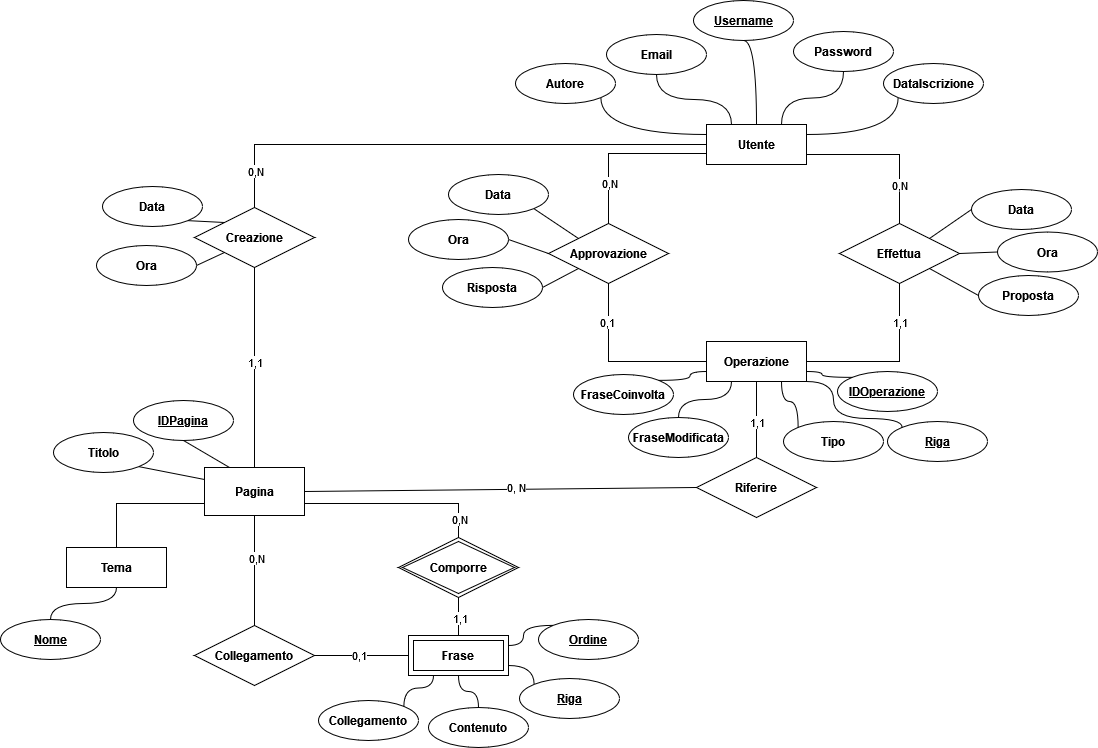
Above: Basi di dati/Documentazione/er_ristr.png in tosska/progetto_oobd (draw.io), before the change. Source tidied: cells renumbered, new cells last; positions are measured from the earlier drawing's top-left corner, leaving out a move shared by most shapes.
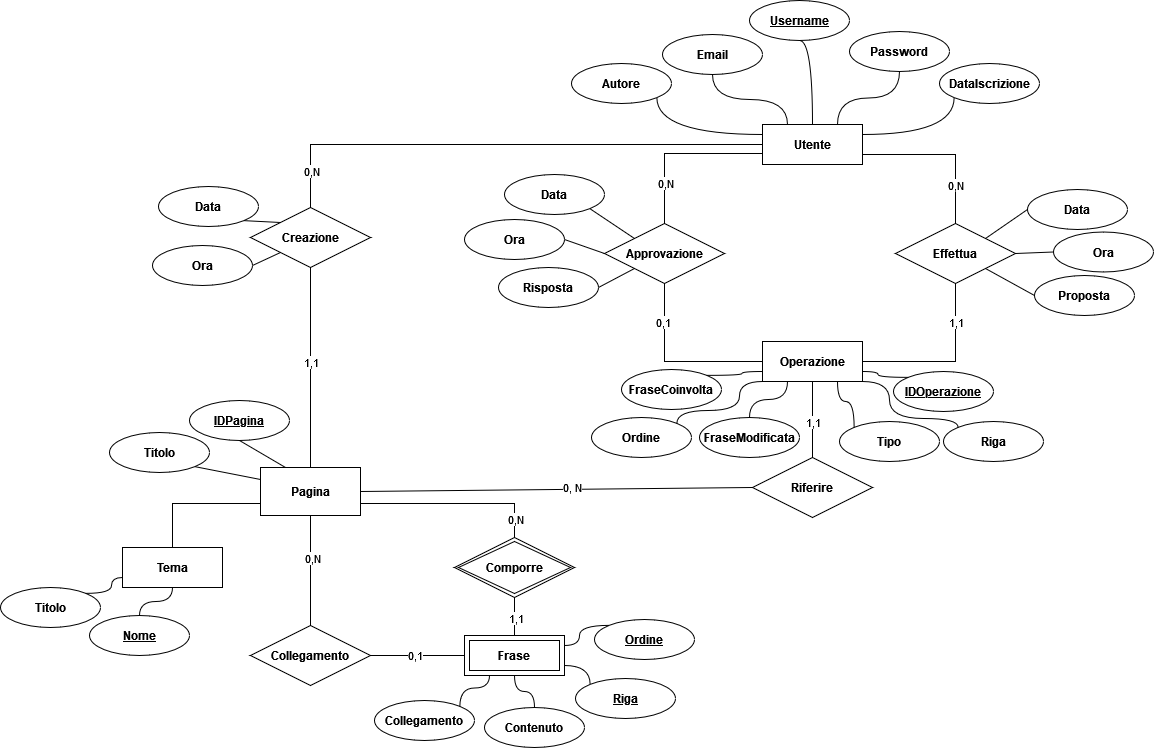
After the change.

The edit, as a diff of the source:
```diff
@@ -245,18 +245,18 @@
       <mxGeometry relative="1" as="geometry" />
     </mxCell>
     <mxCell id="74" value="&lt;font&gt;&lt;b&gt;FraseCoinvolta&lt;/b&gt;&lt;/font&gt;" style="ellipse;whiteSpace=wrap;html=1;align=center;strokeColor=#000000;fillColor=#FFFFFF;fontColor=#000000;" parent="1" vertex="1">
-      <mxGeometry x="573" y="374" width="100" height="40" as="geometry" />
+      <mxGeometry x="565" y="369" width="100" height="40" as="geometry" />
     </mxCell>
     <mxCell id="75" value="&lt;font&gt;&lt;u&gt;&lt;b&gt;IDOperazione&lt;/b&gt;&lt;/u&gt;&lt;/font&gt;" style="ellipse;whiteSpace=wrap;html=1;align=center;strokeColor=#000000;fillColor=#FFFFFF;fontColor=#000000;" parent="1" vertex="1">
       <mxGeometry x="837" y="371" width="100" height="40" as="geometry" />
     </mxCell>
     <mxCell id="76" value="&lt;font&gt;&lt;b&gt;FraseModificata&lt;/b&gt;&lt;/font&gt;" style="ellipse;whiteSpace=wrap;html=1;align=center;strokeColor=#000000;fillColor=#FFFFFF;fontColor=#000000;" parent="1" vertex="1">
-      <mxGeometry x="628" y="417" width="100" height="40" as="geometry" />
+      <mxGeometry x="643" y="417" width="100" height="40" as="geometry" />
     </mxCell>
     <mxCell id="77" value="&lt;font&gt;&lt;b&gt;Tipo&lt;/b&gt;&lt;/font&gt;" style="ellipse;whiteSpace=wrap;html=1;align=center;strokeColor=#000000;fillColor=#FFFFFF;fontColor=#000000;" parent="1" vertex="1">
       <mxGeometry x="783" y="421" width="100" height="40" as="geometry" />
     </mxCell>
-    <mxCell id="78" value="&lt;u&gt;&lt;font&gt;&lt;b&gt;Riga&lt;/b&gt;&lt;/font&gt;&lt;/u&gt;" style="ellipse;whiteSpace=wrap;html=1;align=center;strokeColor=#000000;fillColor=#FFFFFF;fontColor=#000000;" parent="1" vertex="1">
+    <mxCell id="78" value="&lt;font&gt;&lt;b&gt;Riga&lt;/b&gt;&lt;/font&gt;" style="ellipse;whiteSpace=wrap;html=1;align=center;strokeColor=#000000;fillColor=#FFFFFF;fontColor=#000000;" parent="1" vertex="1">
       <mxGeometry x="887" y="421" width="100" height="40" as="geometry" />
     </mxCell>
     <mxCell id="79" style="endArrow=none;html=1;rounded=0;entryX=0;entryY=0.75;entryDx=0;entryDy=0;exitX=1;exitY=0;exitDx=0;exitDy=0;edgeStyle=orthogonalEdgeStyle;curved=1;strokeColor=#000000;fontColor=#000000;" parent="1" edge="1" source="74" target="3">
@@ -290,7 +290,25 @@
       <mxGeometry relative="1" as="geometry" />
     </mxCell>
     <mxCell id="87" value="&lt;b&gt;&lt;u&gt;Nome&lt;/u&gt;&lt;/b&gt;" style="ellipse;whiteSpace=wrap;html=1;align=center;" parent="1" vertex="1">
-      <mxGeometry y="619" width="100" height="40" as="geometry" />
+      <mxGeometry x="33" y="615" width="100" height="40" as="geometry" />
     </mxCell>
+    <mxCell id="88" value="&lt;b&gt;Ordine&lt;/b&gt;" style="ellipse;whiteSpace=wrap;html=1;align=center;strokeColor=#000000;fillColor=#FFFFFF;fontColor=#000000;" parent="1" vertex="1">
+      <mxGeometry x="535" y="417" width="100" height="40" as="geometry" />
+    </mxCell>
+    <mxCell id="89" style="endArrow=none;html=1;rounded=0;entryX=0;entryY=1;entryDx=0;entryDy=0;exitX=1;exitY=0;exitDx=0;exitDy=0;edgeStyle=orthogonalEdgeStyle;curved=1;" parent="1" edge="1" source="88" target="3">
+      <mxGeometry relative="1" as="geometry">
+        <Array as="points">
+          <mxPoint x="620" y="410" />
+          <mxPoint x="683" y="410" />
+          <mxPoint x="683" y="381" />
+        </Array>
+      </mxGeometry>
+    </mxCell>
+    <mxCell id="90" value="&lt;font&gt;&lt;b&gt;Titolo&lt;/b&gt;&lt;/font&gt;" style="ellipse;whiteSpace=wrap;html=1;align=center;strokeColor=#000000;fillColor=#FFFFFF;fontColor=#000000;" parent="1" vertex="1">
+      <mxGeometry x="-56" y="587" width="100" height="40" as="geometry" />
+    </mxCell>
+    <mxCell id="91" style="endArrow=none;html=1;rounded=0;exitX=1;exitY=0;exitDx=0;exitDy=0;entryX=0;entryY=0.75;entryDx=0;entryDy=0;edgeStyle=orthogonalEdgeStyle;curved=1;" parent="1" edge="1" source="90" target="84">
+      <mxGeometry relative="1" as="geometry" />
+    </mxCell>
   </root>
 </mxGraphModel>
```
